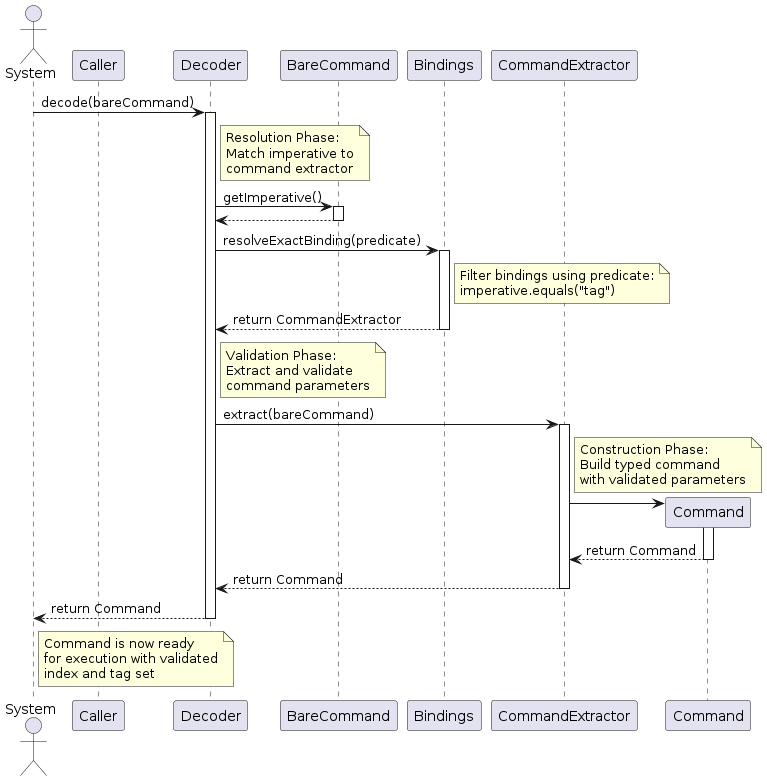
Above: diagrams/assembly/DecodingSequence.png in AY2526S1-CS2103T-T13-2/tp (PlantUML), before the change. Its source is kept beside it as diagrams/assembly/DecodingSequence.puml. Its diagram source:
```plantuml
@startuml
actor System
participant "Caller" as Caller
participant "Decoder" as Decoder
participant "BareCommand" as BareCmd
participant "Bindings" as Bindings
participant "CommandExtractor" as Extractor
participant "Command" as Cmd

System -> Decoder: decode(bareCommand)
activate Decoder

note right of Decoder
  Resolution Phase:
  Match imperative to
  command extractor
end note

Decoder -> BareCmd: getImperative()
activate BareCmd
BareCmd --> Decoder
deactivate BareCmd

Decoder -> Bindings: resolveExactBinding(predicate)
activate Bindings

note right of Bindings
  Filter bindings using predicate:
  imperative.equals("tag")
end note

Bindings --> Decoder: return CommandExtractor
deactivate Bindings

note right of Decoder
  Validation Phase:
  Extract and validate
  command parameters
end note

Decoder -> Extractor: extract(bareCommand)
activate Extractor

note right of Extractor
  Construction Phase:
  Build typed command
  with validated parameters
end note

create Cmd
Extractor -> Cmd
activate Cmd
Cmd --> Extractor: return Command
deactivate Cmd

Extractor --> Decoder: return Command
deactivate Extractor

Decoder --> System: return Command
deactivate Decoder

note right of System
  Command is now ready
  for execution with validated
  index and tag set
end note

@enduml
```
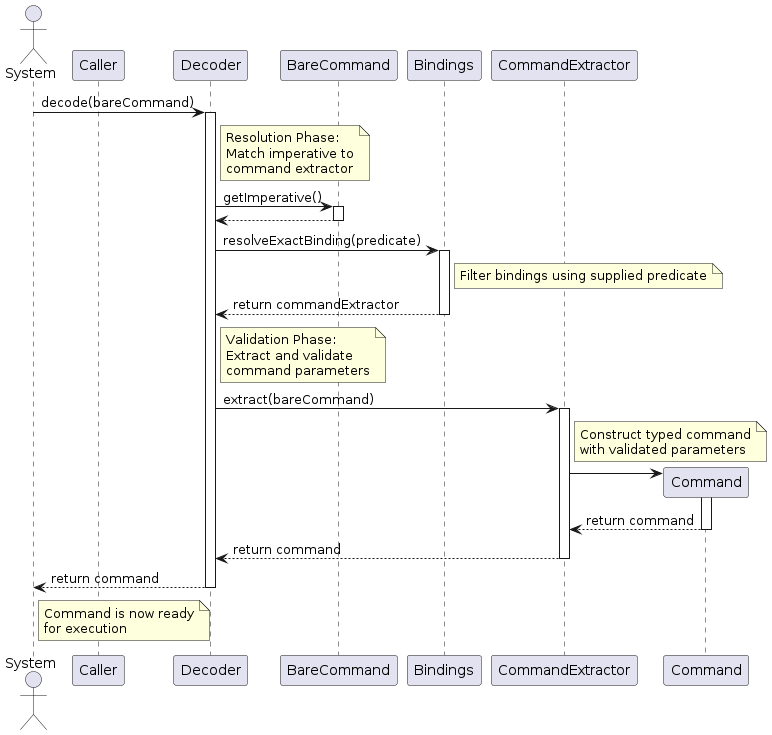
After the commit.

Diff of the diagram source:
```diff
@@ -25,11 +25,10 @@
 activate Bindings
 
 note right of Bindings
-  Filter bindings using predicate:
-  imperative.equals("tag")
+  Filter bindings using supplied predicate
 end note
 
-Bindings --> Decoder: return CommandExtractor
+Bindings --> Decoder: return commandExtractor
 deactivate Bindings
 
 note right of Decoder
@@ -42,27 +41,25 @@
 activate Extractor
 
 note right of Extractor
-  Construction Phase:
-  Build typed command
+  Construct typed command
   with validated parameters
 end note
 
 create Cmd
 Extractor -> Cmd
 activate Cmd
-Cmd --> Extractor: return Command
+Cmd --> Extractor: return command
 deactivate Cmd
 
-Extractor --> Decoder: return Command
+Extractor --> Decoder: return command
 deactivate Extractor
 
-Decoder --> System: return Command
+Decoder --> System: return command
 deactivate Decoder
 
 note right of System
   Command is now ready
-  for execution with validated
-  index and tag set
+  for execution
 end note
 
 @enduml
```
